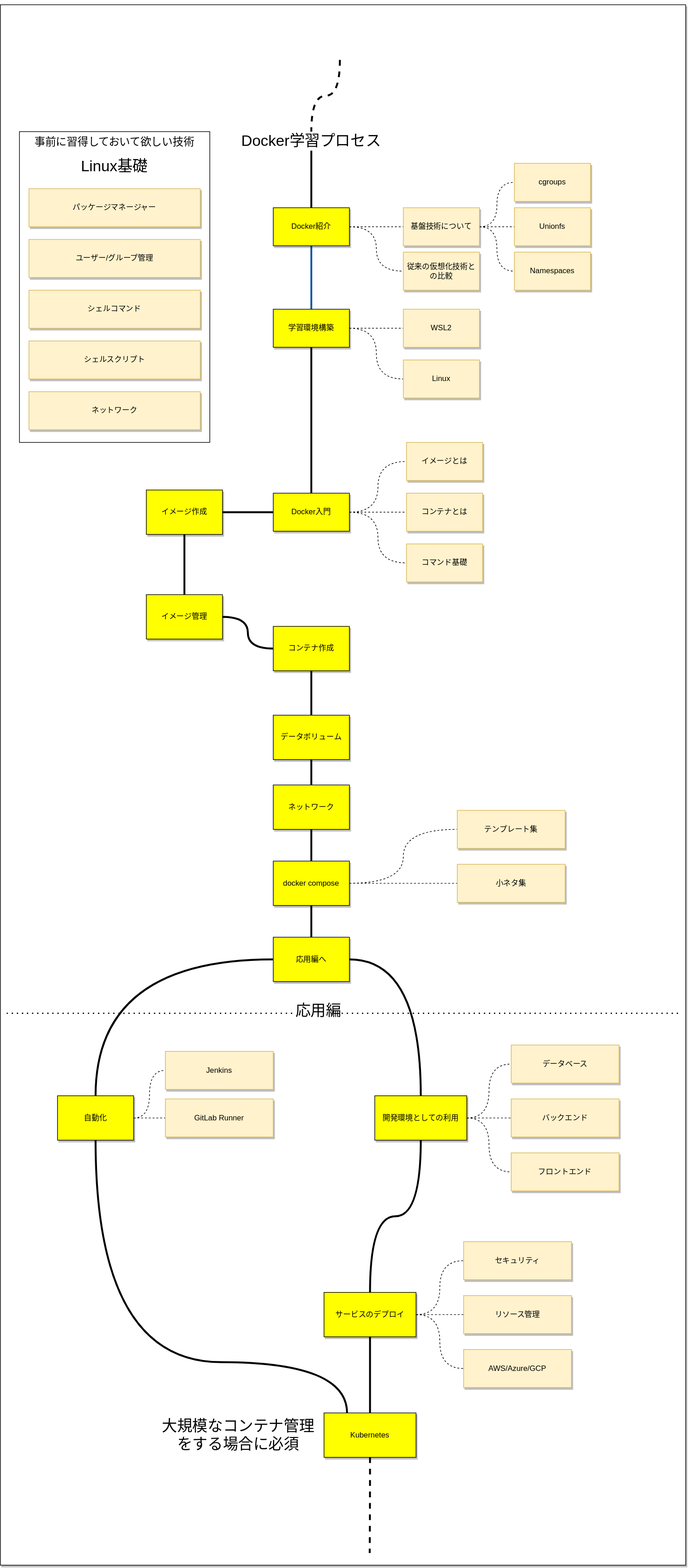
Earlier version of the draw.io export src/docker.drawio.svg (NagasakaH/roadmap). Source tidied: cells renumbered, new cells last; positions are measured from the earlier drawing's top-left corner, leaving out a move shared by most shapes.
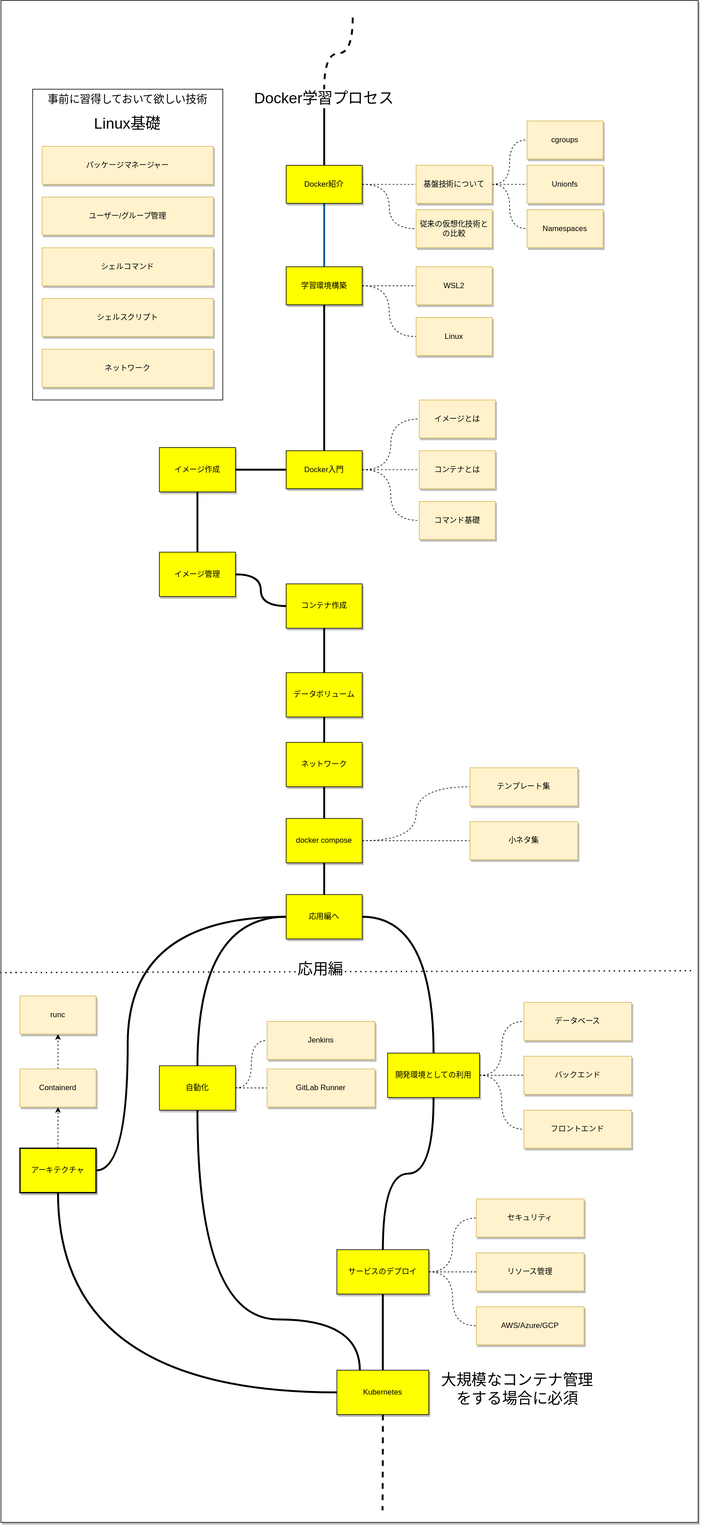
Above is the later version.

Commit message:
アーキテクチャ追加

What changed in the source:
```diff
@@ -2,14 +2,20 @@
   <root>
     <mxCell id="0" />
     <mxCell id="1" parent="0" />
-    <mxCell id="2" style="edgeStyle=none;html=1;dashed=1;" parent="1" edge="1" source="3">
-      <mxGeometry relative="1" as="geometry">
-        <mxPoint x="538.8" y="69.2" as="targetPoint" />
-      </mxGeometry>
-    </mxCell>
     <mxCell id="3" style="rounded=0;whiteSpace=wrap;html=1;shadow=1;glass=0;hachureGap=4;fontFamily=Architects Daughter;fontSource=https%3A%2F%2Ffonts.googleapis.com%2Fcss%3Ffamily%3DArchitects%2BDaughter;fontSize=20;" parent="1" vertex="1">
-      <mxGeometry width="1080" height="2460" as="geometry" />
+      <mxGeometry x="-20" y="60" width="1100" height="2400" as="geometry" />
     </mxCell>
+    <mxCell id="56" style="endArrow=none;dashed=1;html=1;dashPattern=1 3;strokeWidth=2;rounded=0;fontSize=17;endSize=6;curved=1;" parent="1" edge="1">
+      <mxGeometry relative="1" as="geometry">
+        <mxPoint x="-21" y="1593" as="sourcePoint" />
+        <mxPoint x="1073" y="1590" as="targetPoint" />
+      </mxGeometry>
+    </mxCell>
+    <mxCell id="57" value="応用編" style="edgeLabel;html=1;align=center;verticalAlign=middle;fontSize=24;" parent="56" vertex="1">
+      <mxGeometry x="-0.15" y="4" relative="1" as="geometry">
+        <mxPoint x="37" as="offset" />
+      </mxGeometry>
+    </mxCell>
     <mxCell id="4" style="edgeStyle=orthogonalEdgeStyle;html=1;endArrow=none;endFill=0;strokeWidth=3;strokeColor=#185aa0;rounded=0;curved=1;" parent="1" edge="1" source="7" target="11">
       <mxGeometry relative="1" as="geometry" />
     </mxCell>
@@ -160,28 +166,17 @@
     <mxCell id="53" style="edgeStyle=orthogonalEdgeStyle;curved=1;rounded=0;html=1;entryX=0;entryY=0.5;entryDx=0;entryDy=0;dashed=1;strokeWidth=1;fontSize=24;endArrow=none;endFill=0;endSize=6;" parent="1" edge="1" source="55" target="79">
       <mxGeometry relative="1" as="geometry" />
     </mxCell>
-    <mxCell id="54" style="edgeStyle=orthogonalEdgeStyle;curved=1;rounded=0;html=1;entryX=0.25;entryY=0;entryDx=0;entryDy=0;strokeWidth=3;fontSize=24;endArrow=none;endFill=0;endSize=6;" parent="1" edge="1" source="55" target="81">
+    <mxCell id="54" style="edgeStyle=orthogonalEdgeStyle;curved=1;rounded=0;html=1;entryX=0.25;entryY=0;entryDx=0;entryDy=0;strokeWidth=3;fontSize=24;endArrow=none;endFill=0;endSize=6;exitX=0.5;exitY=1;exitDx=0;exitDy=0;" parent="1" edge="1" source="55" target="81">
       <mxGeometry relative="1" as="geometry">
         <Array as="points">
-          <mxPoint x="150" y="2140" />
+          <mxPoint x="290" y="2140" />
           <mxPoint x="546" y="2140" />
         </Array>
       </mxGeometry>
     </mxCell>
     <mxCell id="55" value="自動化" style="rounded=0;whiteSpace=wrap;html=1;fillColor=#FFFF00;strokeColor=#000000;shadow=1;" parent="1" vertex="1">
-      <mxGeometry x="90" y="1720" width="120" height="70" as="geometry" />
+      <mxGeometry x="230" y="1740" width="120" height="70" as="geometry" />
     </mxCell>
-    <mxCell id="56" style="endArrow=none;dashed=1;html=1;dashPattern=1 3;strokeWidth=2;rounded=0;fontSize=17;endSize=6;curved=1;" parent="1" edge="1">
-      <mxGeometry relative="1" as="geometry">
-        <mxPoint x="10" y="1590" as="sourcePoint" />
-        <mxPoint x="1073" y="1590" as="targetPoint" />
-      </mxGeometry>
-    </mxCell>
-    <mxCell id="57" value="応用編" style="edgeLabel;html=1;align=center;verticalAlign=middle;fontSize=24;" parent="56" vertex="1">
-      <mxGeometry x="-0.15" y="4" relative="1" as="geometry">
-        <mxPoint x="37" as="offset" />
-      </mxGeometry>
-    </mxCell>
     <mxCell id="58" style="edgeStyle=orthogonalEdgeStyle;curved=1;rounded=0;html=1;entryX=0;entryY=0.5;entryDx=0;entryDy=0;dashed=1;strokeWidth=1;fontSize=24;endArrow=none;endFill=0;endSize=6;" parent="1" edge="1" source="62" target="70">
       <mxGeometry relative="1" as="geometry" />
     </mxCell>
@@ -233,6 +228,14 @@
     <mxCell id="74" style="edgeStyle=orthogonalEdgeStyle;curved=1;rounded=0;html=1;strokeWidth=3;fontSize=24;endArrow=none;endFill=0;endSize=6;" parent="1" edge="1" source="75" target="62">
       <mxGeometry relative="1" as="geometry" />
     </mxCell>
+    <mxCell id="86" style="edgeStyle=orthogonalEdgeStyle;curved=1;html=1;entryX=1;entryY=0.5;entryDx=0;entryDy=0;strokeWidth=3;endArrow=none;endFill=0;" parent="1" edge="1" source="75" target="89">
+      <mxGeometry relative="1" as="geometry">
+        <Array as="points">
+          <mxPoint x="180" y="1505" />
+          <mxPoint x="180" y="1905" />
+        </Array>
+      </mxGeometry>
+    </mxCell>
     <mxCell id="75" value="応用編へ" style="rounded=0;whiteSpace=wrap;html=1;fillColor=#FFFF00;strokeColor=#000000;shadow=1;" parent="1" vertex="1">
       <mxGeometry x="430" y="1470" width="120" height="70" as="geometry" />
     </mxCell>
@@ -243,10 +246,10 @@
       <mxGeometry x="730" y="2035" width="170" height="60" as="geometry" />
     </mxCell>
     <mxCell id="78" value="GitLab Runner" style="rounded=0;whiteSpace=wrap;html=1;fillColor=#fff2cc;glass=0;shadow=1;strokeColor=#d6b656;" parent="1" vertex="1">
-      <mxGeometry x="260" y="1725" width="170" height="60" as="geometry" />
+      <mxGeometry x="400" y="1745" width="170" height="60" as="geometry" />
     </mxCell>
     <mxCell id="79" value="Jenkins" style="rounded=0;whiteSpace=wrap;html=1;fillColor=#fff2cc;glass=0;shadow=1;strokeColor=#d6b656;" parent="1" vertex="1">
-      <mxGeometry x="260" y="1650" width="170" height="60" as="geometry" />
+      <mxGeometry x="400" y="1670" width="170" height="60" as="geometry" />
     </mxCell>
     <mxCell id="80" style="edgeStyle=orthogonalEdgeStyle;curved=1;rounded=0;html=1;strokeWidth=3;fontSize=24;endArrow=none;endFill=0;endSize=6;dashed=1;" parent="1" edge="1" source="81">
       <mxGeometry relative="1" as="geometry">
@@ -260,7 +263,7 @@
       <mxGeometry x="730" y="2120" width="170" height="60" as="geometry" />
     </mxCell>
     <mxCell id="83" value="大規模なコンテナ管理をする場合に必須" style="text;html=1;strokeColor=none;fillColor=none;align=center;verticalAlign=middle;whiteSpace=wrap;rounded=0;fontSize=24;" parent="1" vertex="1">
-      <mxGeometry x="250" y="2240" width="250" height="30" as="geometry" />
+      <mxGeometry x="670" y="2230" width="250" height="40" as="geometry" />
     </mxCell>
     <mxCell id="84" value="ネットワーク" style="rounded=0;whiteSpace=wrap;html=1;fillColor=#fff2cc;glass=0;shadow=1;strokeColor=#d6b656;" parent="1" vertex="1">
       <mxGeometry x="45" y="610" width="270" height="60" as="geometry" />
@@ -270,5 +273,27 @@
         <mxPoint x="535" y="87" as="sourcePoint" />
       </mxGeometry>
     </mxCell>
+    <mxCell id="87" style="edgeStyle=orthogonalEdgeStyle;curved=1;html=1;entryX=0.5;entryY=1;entryDx=0;entryDy=0;dashed=1;strokeWidth=1;" parent="1" edge="1" source="89" target="91">
+      <mxGeometry relative="1" as="geometry" />
+    </mxCell>
+    <mxCell id="88" style="edgeStyle=orthogonalEdgeStyle;curved=1;html=1;entryX=0;entryY=0.5;entryDx=0;entryDy=0;strokeWidth=3;endArrow=none;endFill=0;" parent="1" edge="1" source="89" target="81">
+      <mxGeometry relative="1" as="geometry">
+        <Array as="points">
+          <mxPoint x="70" y="2255" />
+        </Array>
+      </mxGeometry>
+    </mxCell>
+    <mxCell id="89" value="アーキテクチャ" style="rounded=0;whiteSpace=wrap;html=1;fillColor=#FFFF00;strokeColor=#000000;shadow=1;strokeWidth=2;" parent="1" vertex="1">
+      <mxGeometry x="10" y="1870" width="120" height="70" as="geometry" />
+    </mxCell>
+    <mxCell id="90" style="edgeStyle=orthogonalEdgeStyle;curved=1;html=1;entryX=0.5;entryY=1;entryDx=0;entryDy=0;dashed=1;strokeWidth=1;" parent="1" edge="1" source="91" target="92">
+      <mxGeometry relative="1" as="geometry" />
+    </mxCell>
+    <mxCell id="91" value="Containerd" style="rounded=0;whiteSpace=wrap;html=1;fillColor=#fff2cc;glass=0;shadow=1;strokeColor=#d6b656;" parent="1" vertex="1">
+      <mxGeometry x="10" y="1745" width="120" height="60" as="geometry" />
+    </mxCell>
+    <mxCell id="92" value="runc" style="rounded=0;whiteSpace=wrap;html=1;fillColor=#fff2cc;glass=0;shadow=1;strokeColor=#d6b656;" parent="1" vertex="1">
+      <mxGeometry x="10" y="1630" width="120" height="60" as="geometry" />
+    </mxCell>
   </root>
 </mxGraphModel>
```
